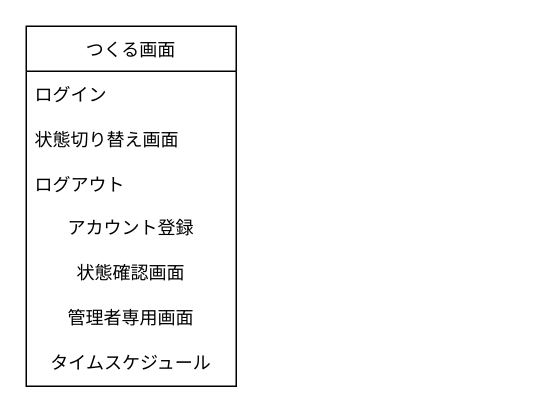
Above: page "画面イメージ図" (3 of 3) of 画面設計.drawio in ringohoka/AnnounceSituation (draw.io), before the change. Source tidied: cells renumbered, new cells numbered last; positions are measured from the earlier drawing's top-left corner, leaving out a move shared by most shapes. Both pictures are drawn from the tidied source at 150%, with x=0, y=0 at pixel (26, 26).
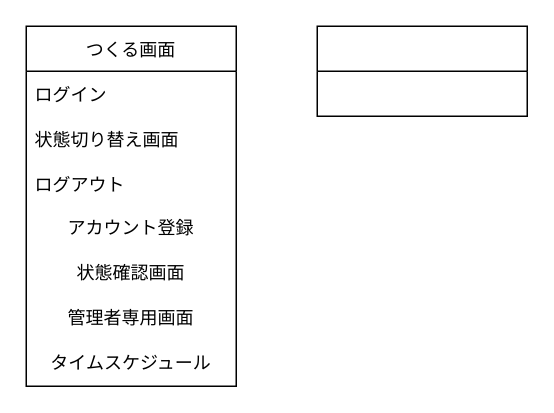
Above is the later version.

Diff of the diagram source:
```diff
@@
 <mxGraphModel>
   <root>
     <mxCell id="0" />
     <mxCell id="1" parent="0" />
     <mxCell id="2" value="つくる画面" style="swimlane;fontStyle=0;horizontal=1;startSize=30;" parent="1" vertex="1">
       <mxGeometry width="140" height="240" as="geometry" />
     </mxCell>
     <mxCell id="3" value="ログイン" style="text;strokeColor=none;fillColor=none;align=left;verticalAlign=middle;spacingLeft=4;spacingRight=4;overflow=hidden;" parent="2" vertex="1">
       <mxGeometry y="30" width="140" height="30" as="geometry" />
     </mxCell>
     <mxCell id="4" value="状態切り替え画面" style="text;strokeColor=none;fillColor=none;align=left;verticalAlign=middle;spacingLeft=4;spacingRight=4;overflow=hidden;" parent="2" vertex="1">
       <mxGeometry y="60" width="140" height="30" as="geometry" />
     </mxCell>
     <mxCell id="5" value="ログアウト" style="text;strokeColor=none;fillColor=none;align=left;verticalAlign=middle;spacingLeft=4;spacingRight=4;overflow=hidden;" parent="2" vertex="1">
       <mxGeometry y="90" width="140" height="30" as="geometry" />
     </mxCell>
     <mxCell id="6" value="アカウント登録" style="text;html=1;strokeColor=none;fillColor=none;align=center;verticalAlign=middle;whiteSpace=wrap;rounded=0;" parent="2" vertex="1">
       <mxGeometry y="120" width="140" height="30" as="geometry" />
     </mxCell>
     <mxCell id="7" value="状態確認画面" style="text;html=1;strokeColor=none;fillColor=none;align=center;verticalAlign=middle;whiteSpace=wrap;rounded=0;" parent="2" vertex="1">
       <mxGeometry y="150" width="140" height="30" as="geometry" />
     </mxCell>
     <mxCell id="8" value="管理者専用画面" style="text;html=1;strokeColor=none;fillColor=none;align=center;verticalAlign=middle;whiteSpace=wrap;rounded=0;" parent="2" vertex="1">
       <mxGeometry y="180" width="140" height="30" as="geometry" />
     </mxCell>
     <mxCell id="9" value="タイムスケジュール" style="text;html=1;strokeColor=none;fillColor=none;align=center;verticalAlign=middle;whiteSpace=wrap;rounded=0;" parent="2" vertex="1">
       <mxGeometry y="210" width="140" height="30" as="geometry" />
     </mxCell>
+    <mxCell id="10" style="swimlane;fontStyle=0;horizontal=1;startSize=30;" parent="1" vertex="1">
+      <mxGeometry x="194" width="140" height="60" as="geometry" />
+    </mxCell>
   </root>
 </mxGraphModel>
```
